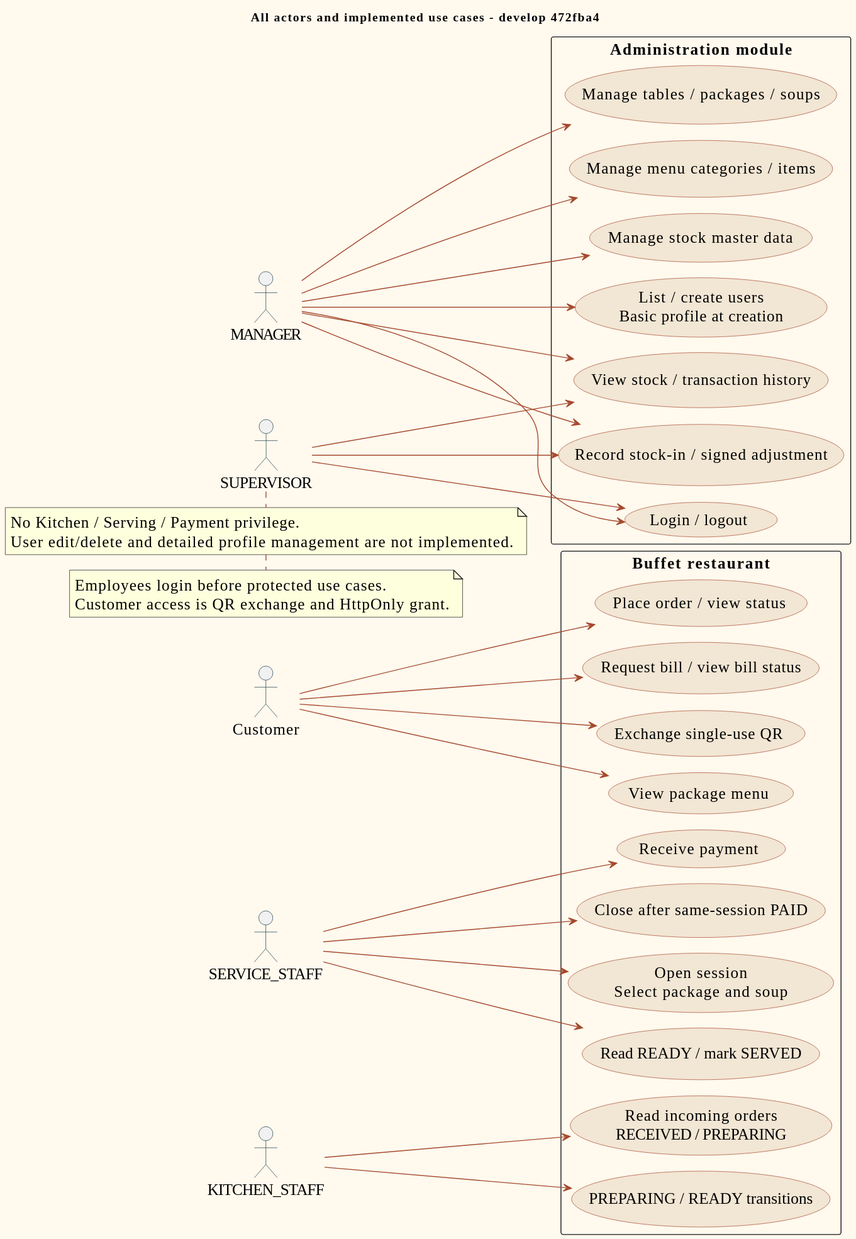
Above: doc/diagrams/previews/use-case.svg in PavaritPramual/buffet-restaurant-management-system (PlantUML), before the change. The source it was exported from:
```plantuml
@startuml
!pragma layout smetana
skinparam shadowing false
skinparam backgroundColor #FFF9EE
skinparam defaultFontName Tahoma
skinparam defaultFontSize 18
skinparam classAttributeIconSize 0
skinparam ArrowColor #A54A2E
skinparam classBackgroundColor #FFF9EE
skinparam classBorderColor #173A45
skinparam actorBorderColor #173A45
skinparam usecaseBackgroundColor #F2E6D4
skinparam usecaseBorderColor #A54A2E
title All actors and implemented use cases - develop 472fba4
left to right direction
actor Customer
actor "SERVICE_STAFF" as Staff
actor "KITCHEN_STAFF" as Kitchen
rectangle "Buffet restaurant" {
 usecase "Exchange single-use QR" as QR
 usecase "View package menu" as CustomerMenu
 usecase "Place order / view status" as Order
 usecase "Request bill / view bill status" as Bill
 usecase "Open session\nSelect package and soup" as Open
 usecase "Read READY / mark SERVED" as Serve
 usecase "Receive payment" as Pay
 usecase "Close after same-session PAID" as Close
 usecase "Read incoming orders\nRECEIVED / PREPARING" as Incoming
 usecase "PREPARING / READY transitions" as Prepare
}
Customer --> QR
Customer --> CustomerMenu
Customer --> Order
Customer --> Bill
Staff --> Open
Staff --> Serve
Staff --> Pay
Staff --> Close
Kitchen --> Incoming
Kitchen --> Prepare
actor "MANAGER" as Manager
actor "SUPERVISOR" as Supervisor
rectangle "Administration module" {
 usecase "Login / logout" as Login
 usecase "List / create users\nBasic profile at creation" as Users
 usecase "Manage tables / packages / soups" as Catalog
 usecase "Manage menu categories / items" as AdminMenu
 usecase "Manage stock master data" as Master
 usecase "View stock / transaction history" as Read
 usecase "Record stock-in / signed adjustment" as Move
}
Manager --> Login
Supervisor --> Login
Manager --> Users
Manager --> Catalog
Manager --> AdminMenu
Manager --> Master
Manager --> Read
Manager --> Move
Supervisor --> Read
Supervisor --> Move
note bottom of Supervisor
No Kitchen / Serving / Payment privilege.
User edit/delete and detailed profile management are not implemented.
end note
note bottom
Employees login before protected use cases.
Customer access is QR exchange and HttpOnly grant.
end note
@enduml
```
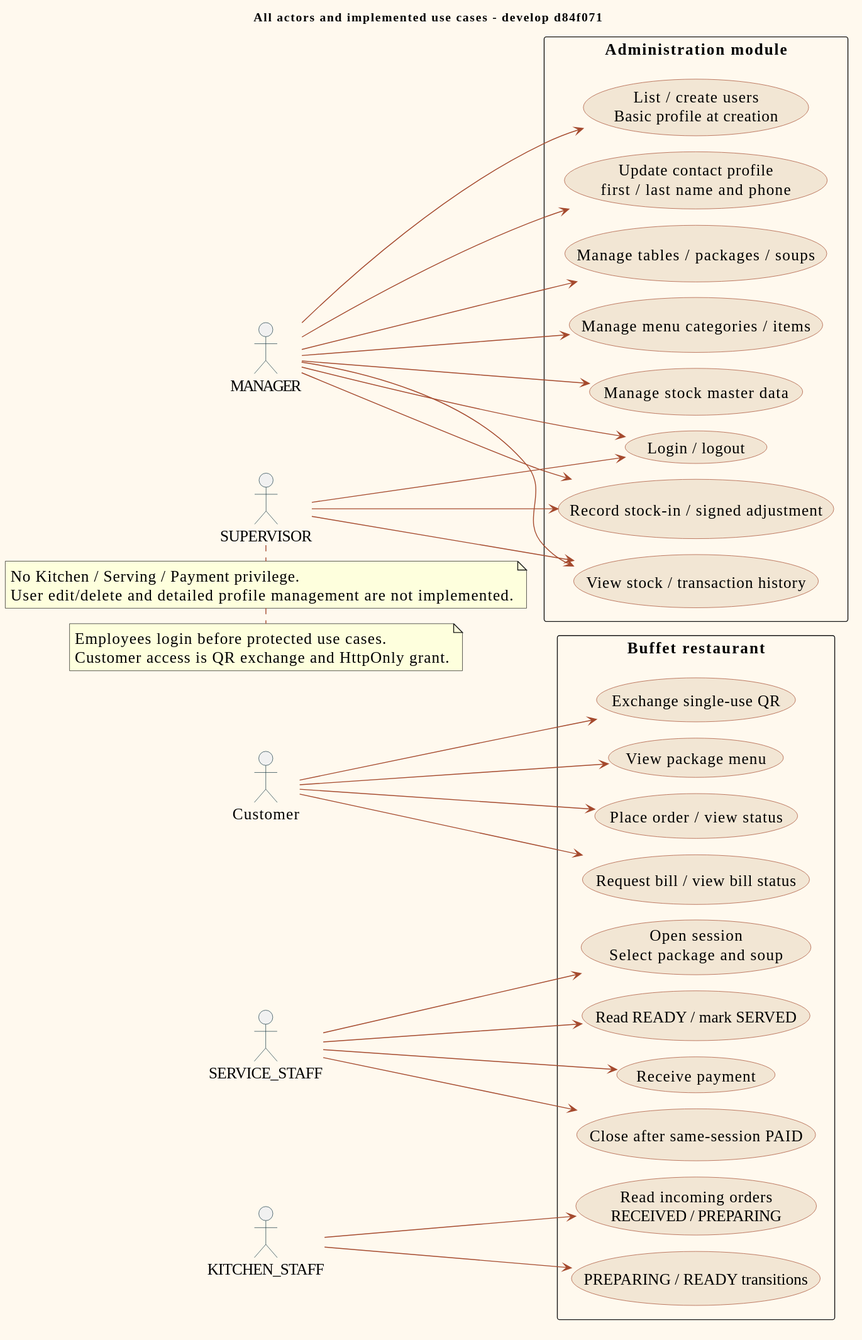
The same diagram one commit later.

The edit, as a diff of the source:
```diff
@@ -11,7 +11,7 @@
 skinparam actorBorderColor #173A45
 skinparam usecaseBackgroundColor #F2E6D4
 skinparam usecaseBorderColor #A54A2E
-title All actors and implemented use cases - develop 472fba4
+title All actors and implemented use cases - develop d84f071
 left to right direction
 actor Customer
 actor "SERVICE_STAFF" as Staff
@@ -43,6 +43,7 @@
 rectangle "Administration module" {
  usecase "Login / logout" as Login
  usecase "List / create users\nBasic profile at creation" as Users
+ usecase "Update contact profile\nfirst / last name and phone" as Profile
  usecase "Manage tables / packages / soups" as Catalog
  usecase "Manage menu categories / items" as AdminMenu
  usecase "Manage stock master data" as Master
@@ -52,6 +53,7 @@
 Manager --> Login
 Supervisor --> Login
 Manager --> Users
+Manager --> Profile
 Manager --> Catalog
 Manager --> AdminMenu
 Manager --> Master
```
